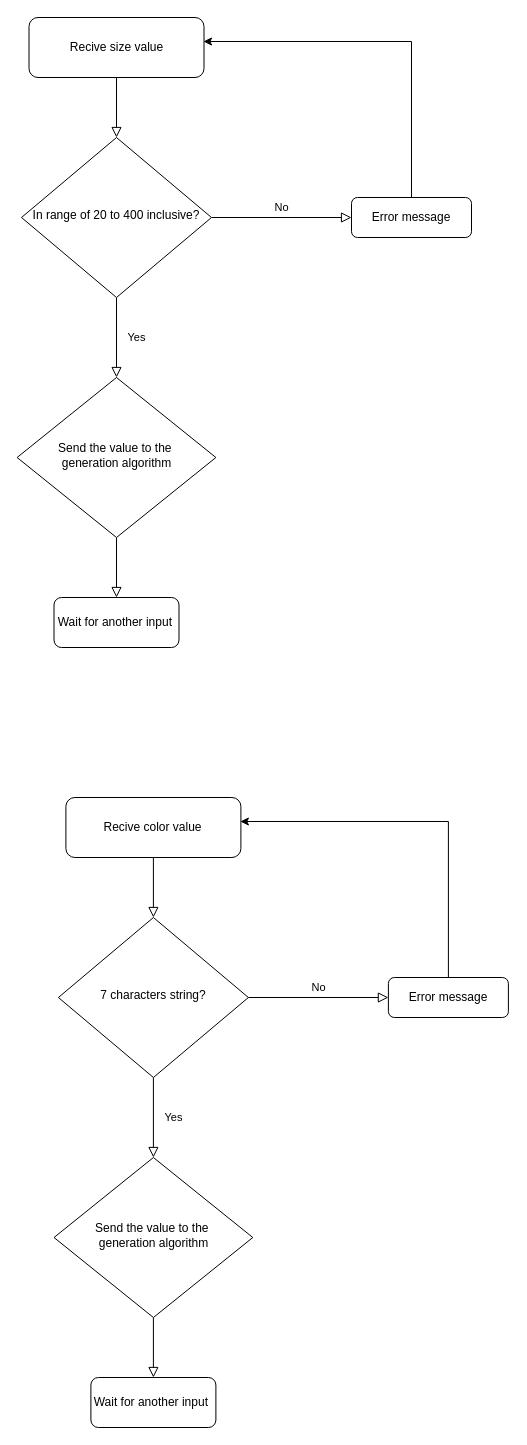
Earlier version of the draw.io diagram backend/setting_backEnd.drawio (JeffLiHK/online_barcode_generator_design). Source tidied: cells renumbered, new cells numbered last; positions are measured from the earlier drawing's top-left corner, leaving out a move shared by most shapes. Both pictures are drawn from the tidied source at 100%, with x=0, y=0 at pixel (17, 17).
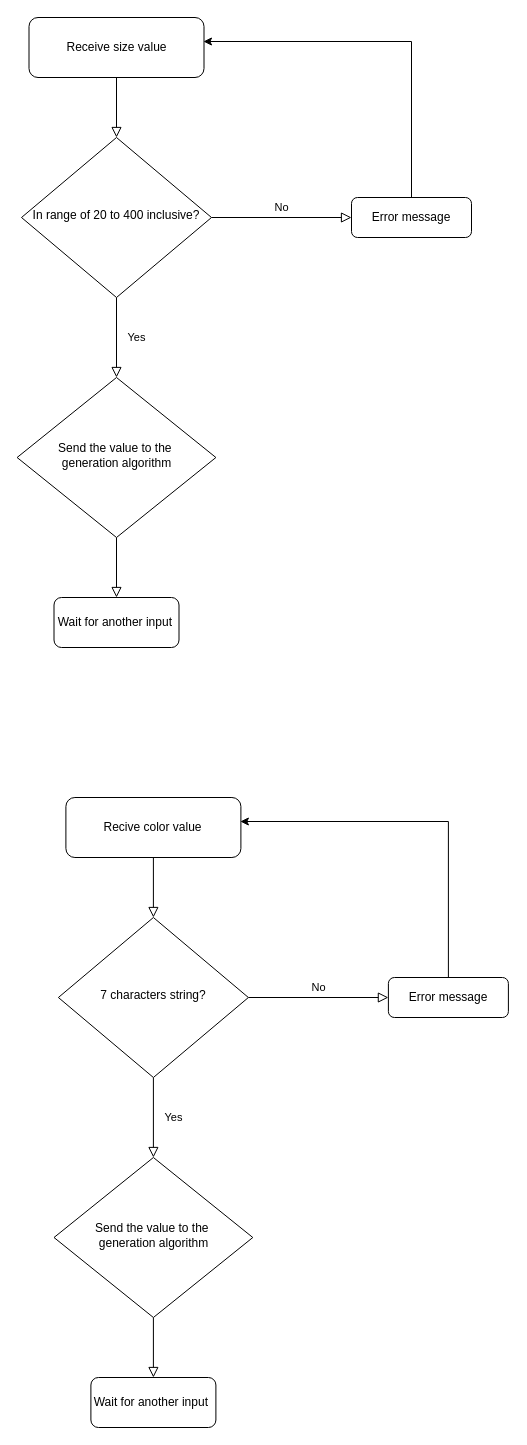
After the change.

Diff of the diagram source:
```diff
@@
-    <mxCell id="3" value="Recive size value" style="rounded=1;whiteSpace=wrap;html=1;fontSize=12;glass=0;strokeWidth=1;shadow=0;" parent="1" vertex="1">
+    <mxCell id="3" value="Receive size value" style="rounded=1;whiteSpace=wrap;html=1;fontSize=12;glass=0;strokeWidth=1;shadow=0;" parent="1" vertex="1">
       <mxGeometry x="11.5" width="175" height="60" as="geometry" />
     </mxCell>
```
